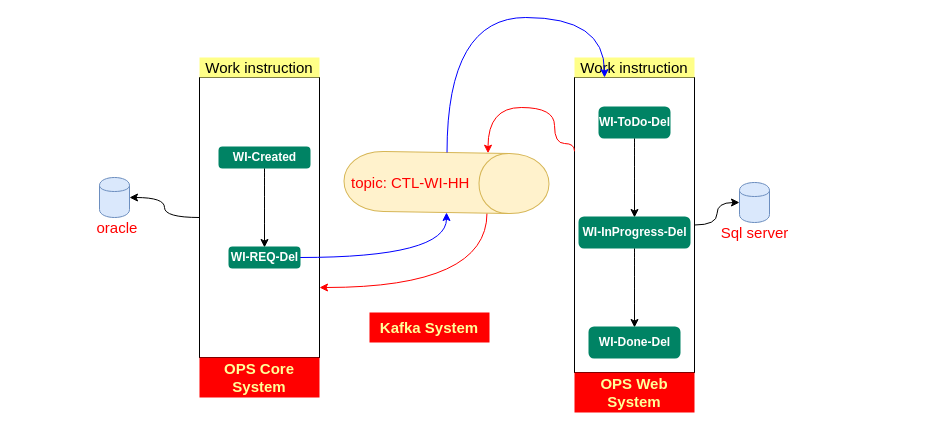
Earlier version of the draw.io diagram page "Sơ đồ trạng thái Xóa WI" (3 of 3) of documents/sprint-2/MockupHandHeld.drawio (csu-anzai/SNP-CMS). Source tidied: cells renumbered, new cells numbered last; positions are measured from the earlier drawing's top-left corner, leaving out a move shared by most shapes. Both pictures are drawn from the tidied source at 100%, with x=0, y=0 at pixel (99, 17).
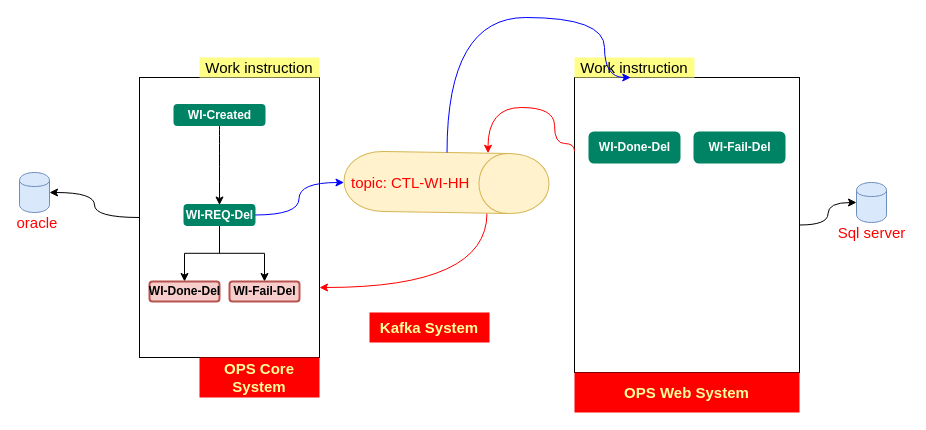
The same diagram, later.

Change to the diagram source:
```diff
@@
     <mxCell id="2" style="rounded=0;whiteSpace=wrap;html=1;labelBackgroundColor=none;strokeColor=#000000;strokeWidth=1;fillColor=none;fontSize=15;fontColor=#FF0000;align=center;" parent="1" vertex="1">
-      <mxGeometry x="475" y="60" width="120" height="295" as="geometry" />
+      <mxGeometry x="475" y="60" width="225" height="295" as="geometry" />
     </mxCell>
     <mxCell id="3" style="rounded=0;whiteSpace=wrap;html=1;labelBackgroundColor=none;strokeColor=#000000;strokeWidth=1;fillColor=none;fontSize=15;fontColor=#FF0000;align=center;" parent="1" vertex="1">
-      <mxGeometry x="100" y="60" width="120" height="280" as="geometry" />
+      <mxGeometry x="40" y="60" width="180" height="280" as="geometry" />
     </mxCell>
@@
     <mxCell id="5" value="WI-Created" style="dashed=0;html=1;rounded=1;fillColor=#008364;strokeColor=#008364;fontSize=12;align=center;fontStyle=1;strokeWidth=2;fontColor=#ffffff;labelBackgroundColor=none;" parent="1" vertex="1">
-      <mxGeometry x="120" y="130" width="90" height="20" as="geometry" />
+      <mxGeometry x="75" y="87.5" width="90" height="20" as="geometry" />
     </mxCell>
@@
+    <mxCell id="29" style="edgeStyle=orthogonalEdgeStyle;rounded=0;jettySize=auto;html=1;startArrow=none;startFill=0;endArrow=classic;endFill=1;endSize=6;strokeColor=#000000;strokeWidth=1;fontSize=15;fontColor=#FF0000;" parent="1" edge="1" source="7" target="31">
+      <mxGeometry relative="1" as="geometry" />
+    </mxCell>
+    <mxCell id="30" style="edgeStyle=orthogonalEdgeStyle;rounded=0;jettySize=auto;html=1;entryX=0.5;entryY=0;entryDx=0;entryDy=0;startArrow=none;startFill=0;endArrow=classic;endFill=1;endSize=6;strokeColor=#000000;strokeWidth=1;fontSize=15;fontColor=#FF0000;" parent="1" edge="1" source="7" target="33">
+      <mxGeometry relative="1" as="geometry" />
+    </mxCell>
     <mxCell id="7" value="WI-REQ-Del" style="dashed=0;html=1;rounded=1;fillColor=#008364;strokeColor=#008364;fontSize=12;align=center;fontStyle=1;strokeWidth=2;fontColor=#ffffff;labelBackgroundColor=none;" parent="1" vertex="1">
-      <mxGeometry x="130" y="230" width="70" height="20" as="geometry" />
+      <mxGeometry x="85" y="187.5" width="70" height="20" as="geometry" />
     </mxCell>
-    <mxCell id="8" style="edgeStyle=orthogonalEdgeStyle;curved=1;rounded=0;jettySize=auto;html=1;startArrow=none;startFill=0;endArrow=classic;endFill=1;endSize=6;strokeColor=#000000;strokeWidth=1;fontSize=15;fontColor=#FF0000;" parent="1" edge="1" source="9" target="11">
-      <mxGeometry relative="1" as="geometry" />
-    </mxCell>
-    <mxCell id="9" value="WI-ToDo-Del" style="dashed=0;html=1;rounded=1;fillColor=#008364;strokeColor=#008364;fontSize=12;align=center;fontStyle=1;strokeWidth=2;fontColor=#ffffff;labelBackgroundColor=none;" parent="1" vertex="1">
-      <mxGeometry x="500" y="90" width="70" height="30" as="geometry" />
-    </mxCell>
-    <mxCell id="10" style="edgeStyle=orthogonalEdgeStyle;curved=1;rounded=0;jettySize=auto;html=1;startArrow=none;startFill=0;endArrow=classic;endFill=1;endSize=6;strokeColor=#000000;strokeWidth=1;fontSize=15;fontColor=#FF0000;" parent="1" edge="1" source="11" target="12">
-      <mxGeometry relative="1" as="geometry" />
-    </mxCell>
-    <mxCell id="11" value="WI-InProgress-Del" style="dashed=0;html=1;rounded=1;fillColor=#008364;strokeColor=#008364;fontSize=12;align=center;fontStyle=1;strokeWidth=2;fontColor=#ffffff;labelBackgroundColor=none;" parent="1" vertex="1">
-      <mxGeometry x="480" y="200" width="110" height="30" as="geometry" />
-    </mxCell>
+    <mxCell id="31" value="WI-Fail-Del" style="dashed=0;html=1;rounded=1;fillColor=#f8cecc;strokeColor=#b85450;fontSize=12;align=center;fontStyle=1;strokeWidth=2;labelBackgroundColor=none;" parent="1" vertex="1">
+      <mxGeometry x="130" y="264" width="70" height="20" as="geometry" />
+    </mxCell>
     <mxCell id="12" value="WI-Done-Del" style="dashed=0;html=1;rounded=1;fillColor=#008364;strokeColor=#008364;fontSize=12;align=center;fontStyle=1;strokeWidth=2;fontColor=#ffffff;labelBackgroundColor=none;" parent="1" vertex="1">
-      <mxGeometry x="490" y="310" width="90" height="30" as="geometry" />
+      <mxGeometry x="490" y="115" width="90" height="30" as="geometry" />
     </mxCell>
@@
-    <mxCell id="19" style="edgeStyle=orthogonalEdgeStyle;curved=1;rounded=0;jettySize=auto;html=1;entryX=0;entryY=0.5;entryDx=0;entryDy=0;startArrow=none;startFill=0;endArrow=classic;endFill=1;endSize=6;strokeColor=#000000;strokeWidth=1;fontSize=15;fontColor=#FFFF99;" parent="1" edge="1" source="2" target="22">
+    <mxCell id="19" style="edgeStyle=orthogonalEdgeStyle;curved=1;rounded=0;jettySize=auto;html=1;entryX=0;entryY=0.5;entryDx=0;entryDy=0;startArrow=none;startFill=0;endArrow=classic;endFill=1;endSize=6;strokeColor=#000000;strokeWidth=1;fontSize=15;fontColor=#FFFF99;exitX=1;exitY=0.5;exitDx=0;exitDy=0;" parent="1" edge="1" source="2" target="22">
       <mxGeometry relative="1" as="geometry" />
     </mxCell>
@@
     <mxCell id="21" value="OPS Web System" style="text;html=1;strokeColor=none;fillColor=#FF0000;align=center;verticalAlign=middle;whiteSpace=wrap;rounded=0;labelBackgroundColor=none;fontSize=15;fontColor=#FFFF99;fontStyle=1;" parent="1" vertex="1">
-      <mxGeometry x="475" y="355" width="120" height="40" as="geometry" />
+      <mxGeometry x="475" y="355" width="225" height="40" as="geometry" />
     </mxCell>
     <mxCell id="22" style="shape=cylinder;whiteSpace=wrap;html=1;boundedLbl=1;backgroundOutline=1;labelBackgroundColor=none;strokeColor=#6c8ebf;strokeWidth=1;fillColor=#dae8fc;fontSize=15;align=center;" parent="1" vertex="1">
-      <mxGeometry x="640" y="165" width="30" height="40" as="geometry" />
+      <mxGeometry x="757" y="165" width="30" height="40" as="geometry" />
     </mxCell>
     <mxCell id="23" style="shape=cylinder;whiteSpace=wrap;html=1;boundedLbl=1;backgroundOutline=1;labelBackgroundColor=none;strokeColor=#6c8ebf;strokeWidth=1;fillColor=#dae8fc;fontSize=15;align=center;" parent="1" vertex="1">
-      <mxGeometry y="160" width="30" height="40" as="geometry" />
+      <mxGeometry x="-80" y="155" width="30" height="40" as="geometry" />
     </mxCell>
     <mxCell id="24" value="oracle&amp;nbsp;" style="text;html=1;strokeColor=none;fillColor=none;align=center;verticalAlign=middle;whiteSpace=wrap;rounded=0;labelBackgroundColor=none;fontSize=15;fontColor=#FF0000;" parent="1" vertex="1">
-      <mxGeometry y="200" width="40" height="20" as="geometry" />
+      <mxGeometry x="-80" y="195" width="40" height="20" as="geometry" />
     </mxCell>
     <mxCell id="25" value="Sql server" style="text;html=1;strokeColor=none;fillColor=none;align=center;verticalAlign=middle;whiteSpace=wrap;rounded=0;labelBackgroundColor=none;fontSize=15;fontColor=#FF0000;" parent="1" vertex="1">
-      <mxGeometry x="617.5" y="205" width="75" height="20" as="geometry" />
+      <mxGeometry x="734.5" y="205" width="75" height="20" as="geometry" />
     </mxCell>
@@
+    <mxCell id="32" value="WI-Fail-Del" style="dashed=0;html=1;rounded=1;fillColor=#008364;strokeColor=#008364;fontSize=12;align=center;fontStyle=1;strokeWidth=2;fontColor=#ffffff;labelBackgroundColor=none;" parent="1" vertex="1">
+      <mxGeometry x="595" y="115" width="90" height="30" as="geometry" />
+    </mxCell>
+    <mxCell id="33" value="WI-Done-Del" style="dashed=0;html=1;rounded=1;fillColor=#f8cecc;strokeColor=#b85450;fontSize=12;align=center;fontStyle=1;strokeWidth=2;labelBackgroundColor=none;" parent="1" vertex="1">
+      <mxGeometry x="50" y="264" width="70" height="20" as="geometry" />
+    </mxCell>
```
